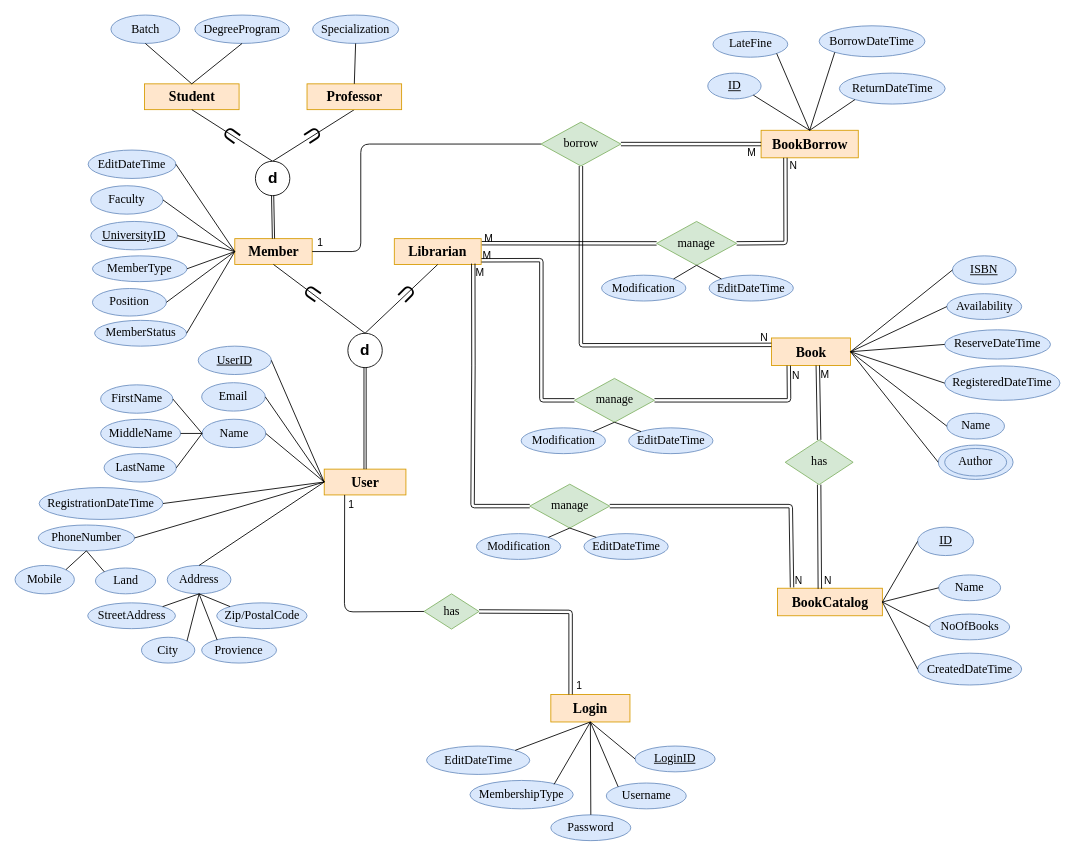
This is Documentation/Database/drawio/lsulibraryDB_EERD.drawio from hvlhasanka/Pearson_HND_Computing_Y1S2-Unit10_Web_Design_and_Development, a draw.io file, before an edit. Source tidied: cells renumbered, new cells numbered last; positions are measured from the earlier drawing's top-left corner, leaving out a move shared by most shapes. Both pictures are drawn from the tidied source at 86%, with x=0, y=0 at pixel (15, 15).
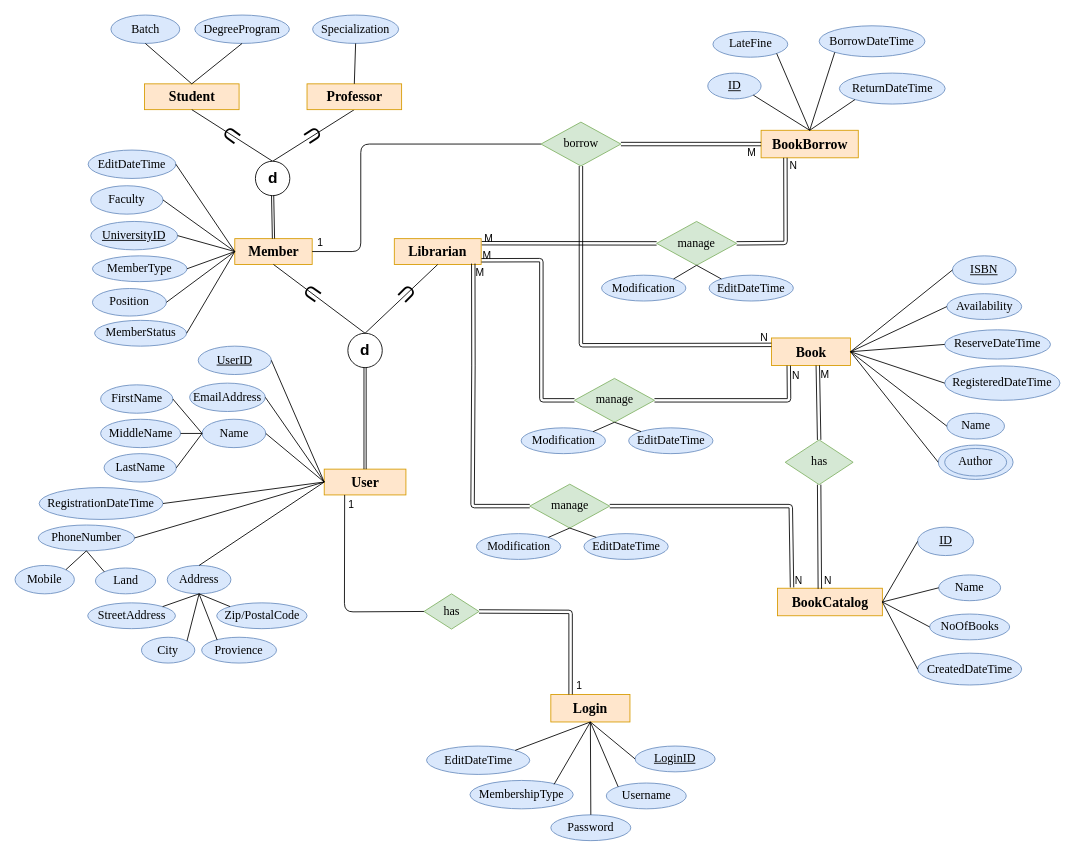
Above is the later version.

Change to the diagram source:
```diff
@@
-    <mxCell id="43" value="Email" style="ellipse;whiteSpace=wrap;html=1;fontFamily=Times New Roman;fontSize=14;fillColor=#dae8fc;strokeColor=#6c8ebf;" parent="1" vertex="1">
-      <mxGeometry x="217" y="427.5" width="74" height="33" as="geometry" />
+    <mxCell id="43" value="EmailAddress" style="ellipse;whiteSpace=wrap;html=1;fontFamily=Times New Roman;fontSize=14;fillColor=#dae8fc;strokeColor=#6c8ebf;" parent="1" vertex="1">
+      <mxGeometry x="203" y="428" width="88" height="33" as="geometry" />
     </mxCell>
```
